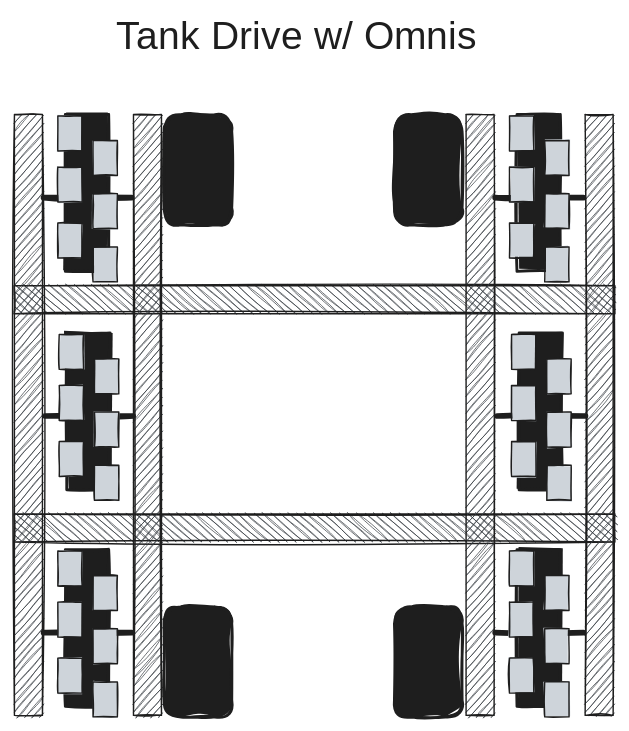
This is entries/drivetrain-1/brainstorm-wheel-types/TankDriveOmnis.excalidraw.svg from Area-53-Robotics/53D-High-Stakes-Notebook, a Excalidraw export, as it was before one commit. Source tidied: one line per element, renumbered; positions are measured from the earlier drawing's top-left corner, leaving out a move shared by most shapes.
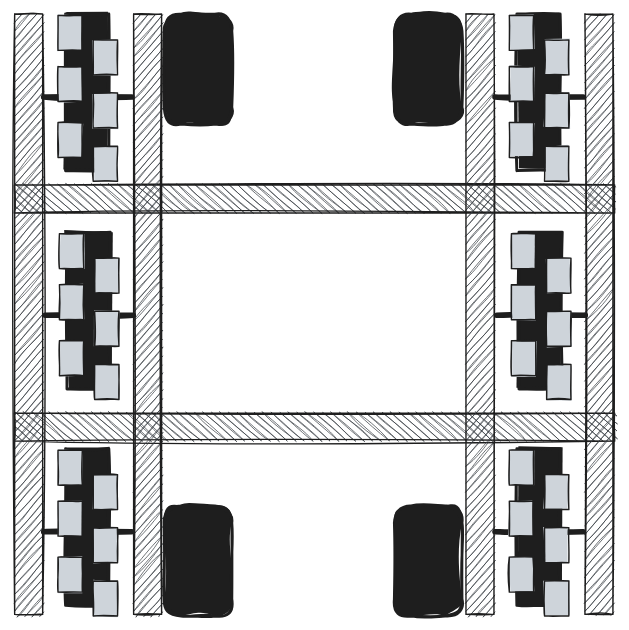
After the change.

The edit, as a diff of the source:
```diff
@@ -1,4 +1,3 @@
-{"id": 0, "type": "text", "text": "Tank Drive w/ Omnis", "strokeColor": "#1e1e1e", "backgroundColor": "#ced4da", "fillStyle": "solid", "strokeWidth": 4, "roughness": 1, "fontSize": 28, "fontFamily": 1, "x": 73, "y": 10, "width": 283, "height": 35}
 {"id": 1, "type": "line", "strokeColor": "#1e1e1e", "backgroundColor": "#ced4da", "fillStyle": "solid", "strokeWidth": 4, "roughness": 1, "x": 345, "y": 298, "width": 63, "height": 0, "points": [[0, 0], [63, 0]]}
 {"id": 2, "type": "rectangle", "strokeColor": "#1e1e1e", "backgroundColor": "#1e1e1e", "fillStyle": "solid", "strokeWidth": 2, "roughness": 1, "x": 360, "y": 238, "width": 31, "height": 112}
 {"id": 3, "type": "rectangle", "strokeColor": "#1e1e1e", "backgroundColor": "#ced4da", "fillStyle": "solid", "strokeWidth": 1, "roughness": 1, "x": 355, "y": 239, "width": 17, "height": 25}
```
